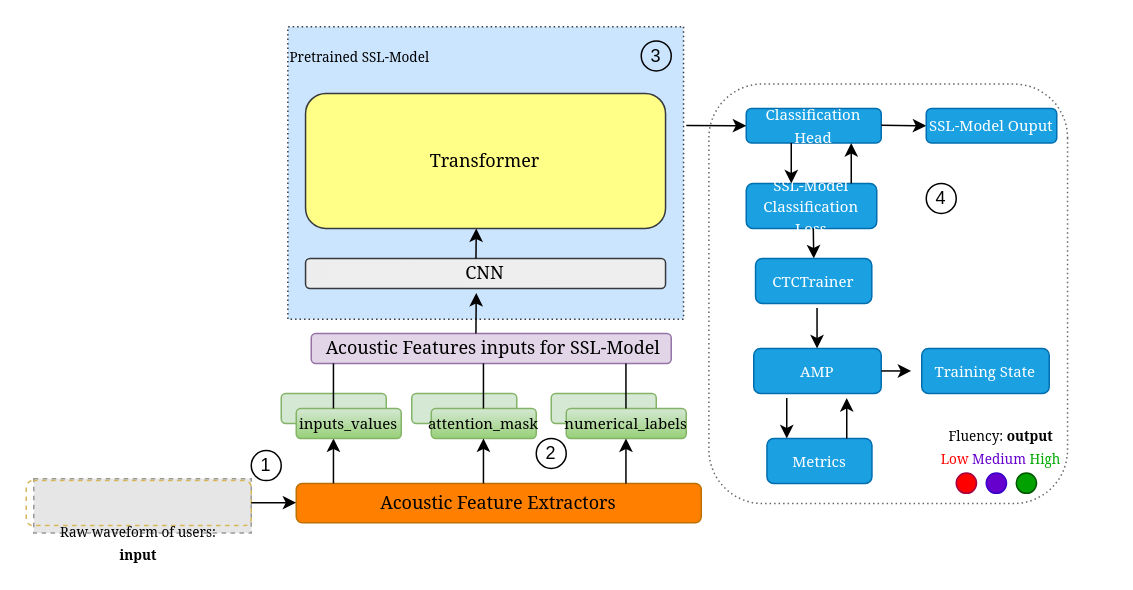
Earlier version of the draw.io diagram Diagramme sans nom.drawio (papasega/Applied-Deep-Learning). Source tidied: cells renumbered, new cells numbered last; positions are measured from the earlier drawing's top-left corner, leaving out a move shared by most shapes. Both pictures are drawn from the tidied source at 150%, with x=0, y=0 at pixel (26, -26). Pictures stored in the file or linked from it are replaced by grey dashed boxes.
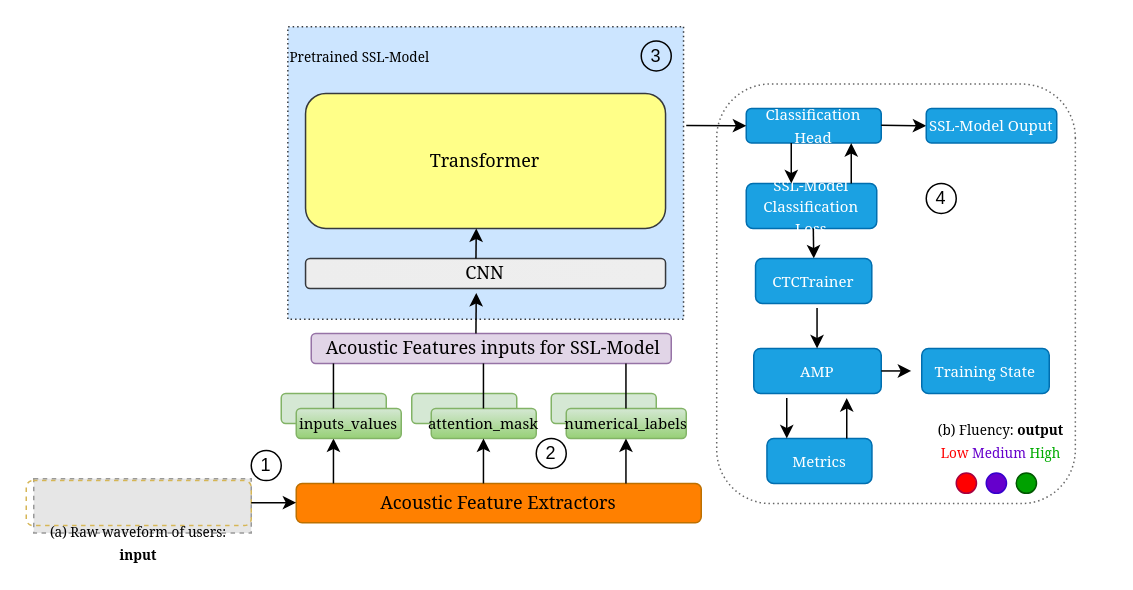
Above is the later version.

Commit message:
Mettre à jour Diagramme sans nom.drawio

Diff of the diagram source:
```diff
@@
     <mxCell id="43" style="rounded=1;whiteSpace=wrap;html=1;rotation=90;fillColor=none;dashed=1;strokeWidth=1;opacity=60;dashPattern=1 2;" parent="1" vertex="1">
-      <mxGeometry x="434.8" y="92.8" width="279.7" height="239.1" as="geometry" />
+      <mxGeometry x="440" y="92.8" width="279.7" height="239.1" as="geometry" />
     </mxCell>
@@
-    <mxCell id="46" value="&lt;font style=&quot;font-size: 9px;&quot; face=&quot;Georgia&quot;&gt;Raw waveform of users: &lt;b style=&quot;&quot;&gt;input&lt;/b&gt;&lt;/font&gt;" style="text;html=1;align=center;verticalAlign=middle;whiteSpace=wrap;rounded=0;" parent="1" vertex="1">
-      <mxGeometry x="10" y="365" width="130" height="25" as="geometry" />
+    <mxCell id="46" value="&lt;font style=&quot;font-size: 9px;&quot; face=&quot;Georgia&quot;&gt;(a) Raw waveform of users: &lt;b style=&quot;&quot;&gt;input&lt;/b&gt;&lt;/font&gt;" style="text;html=1;align=center;verticalAlign=middle;whiteSpace=wrap;rounded=0;" parent="1" vertex="1">
+      <mxGeometry x="5" y="365" width="140" height="25" as="geometry" />
     </mxCell>
@@
-    <mxCell id="51" value="&lt;font style=&quot;font-size: 9px;&quot; face=&quot;Georgia&quot;&gt;Fluency: &lt;b&gt;output&lt;/b&gt;&lt;/font&gt;&lt;div&gt;&lt;font style=&quot;font-size: 9px;&quot; face=&quot;Georgia&quot;&gt;&lt;font style=&quot;&quot; color=&quot;#ff0000&quot;&gt;Low&lt;/font&gt; &lt;font style=&quot;&quot; color=&quot;#6600cc&quot;&gt;Medium&lt;/font&gt; &lt;font color=&quot;#00ab00&quot;&gt;High&lt;/font&gt;&lt;/font&gt;&lt;/div&gt;" style="text;html=1;align=center;verticalAlign=middle;whiteSpace=wrap;rounded=0;" parent="1" vertex="1">
-      <mxGeometry x="580" y="278.8" width="140" height="70.9" as="geometry" />
+    <mxCell id="51" value="&lt;font style=&quot;font-size: 9px;&quot; face=&quot;Georgia&quot;&gt;(b) Fluency: &lt;b&gt;output&lt;/b&gt;&lt;/font&gt;&lt;div&gt;&lt;font style=&quot;font-size: 9px;&quot; face=&quot;Georgia&quot;&gt;&lt;font style=&quot;&quot; color=&quot;#ff0000&quot;&gt;Low&lt;/font&gt; &lt;font style=&quot;&quot; color=&quot;#6600cc&quot;&gt;Medium&lt;/font&gt; &lt;font color=&quot;#00ab00&quot;&gt;High&lt;/font&gt;&lt;/font&gt;&lt;/div&gt;" style="text;html=1;align=center;verticalAlign=middle;whiteSpace=wrap;rounded=0;" parent="1" vertex="1">
+      <mxGeometry x="579.7" y="274.5" width="140" height="70.9" as="geometry" />
     </mxCell>
```
